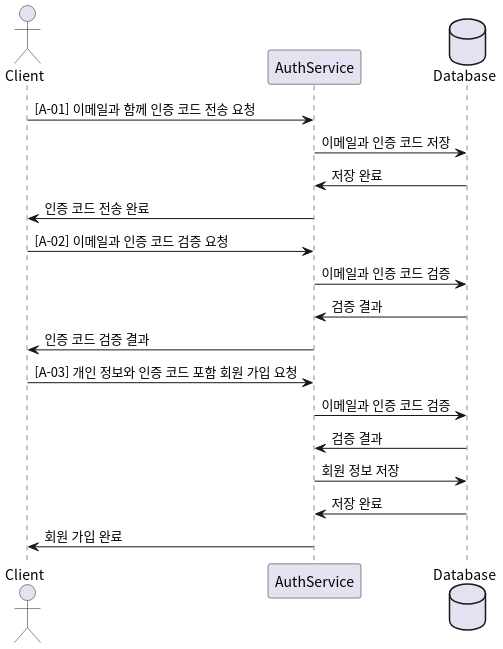
Above: Docs/UML/verification.png in Yush1nk1m/SCS (PlantUML), before the change. Its source is kept beside it as Docs/UML/verification.puml.
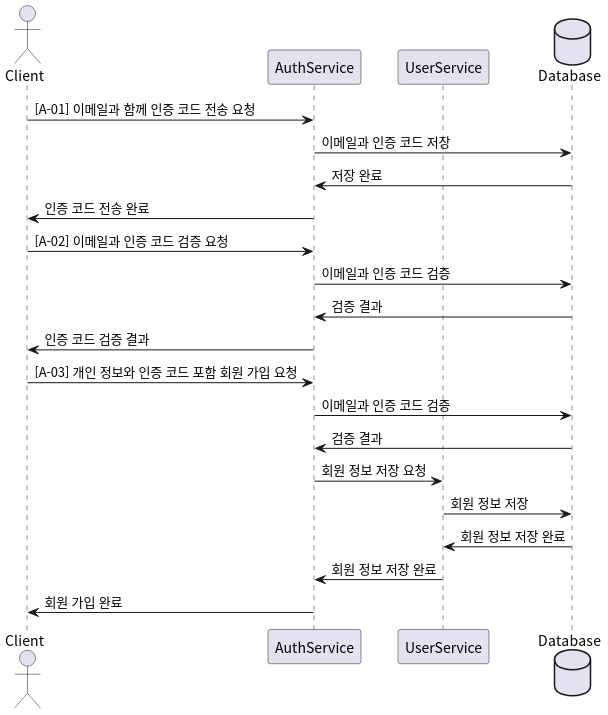
After the commit.

Commit message:
Docs: 회원 가입 시퀀스 다이어그램 수정

로직에 맞게 UserService를 참여자로 정의하여 기존의 시퀀스 다이어그램을 수정하였다.

Change to the diagram source:
```diff
@@ -2,6 +2,7 @@
 actor Client
 
 participant "AuthService" as Auth
+participant "UserService" as User
 database "Database" as DB
 
 Client -> Auth : [A-01] 이메일과 함께 인증 코드 전송 요청
@@ -17,7 +18,9 @@
 Client -> Auth : [A-03] 개인 정보와 인증 코드 포함 회원 가입 요청
 Auth -> DB : 이메일과 인증 코드 검증
 DB -> Auth : 검증 결과
-Auth -> DB : 회원 정보 저장
-DB -> Auth : 저장 완료
+Auth -> User : 회원 정보 저장 요청
+User -> DB : 회원 정보 저장
+DB -> User : 회원 정보 저장 완료
+User -> Auth : 회원 정보 저장 완료
 Auth -> Client : 회원 가입 완료
 @enduml
```
